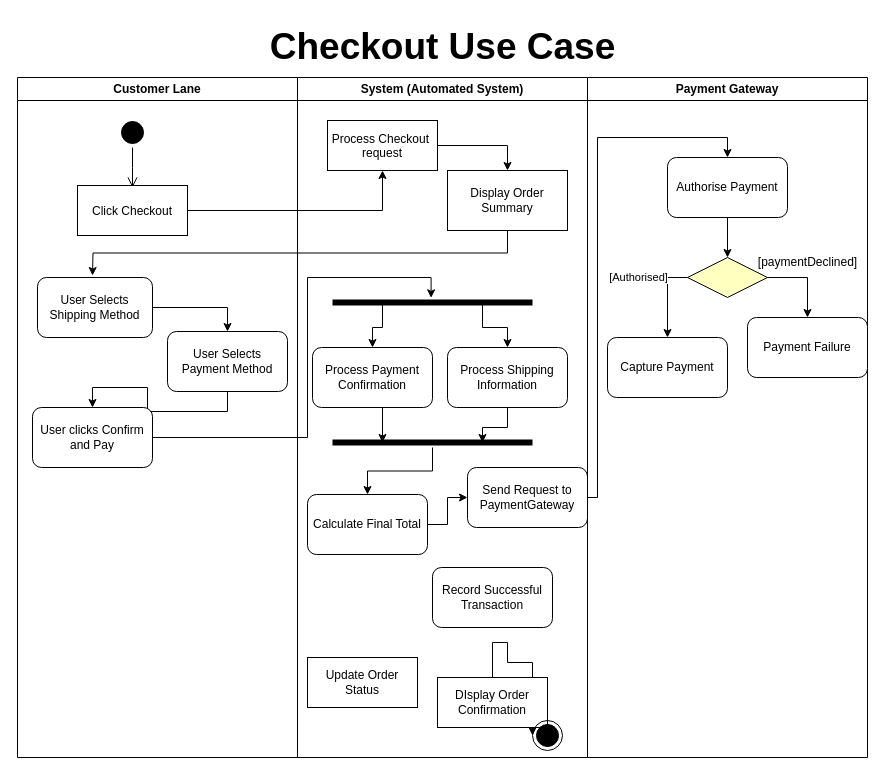
This is ebay-1.drawio from AhmedElamari/Software-design-saved, a draw.io file, before an edit. Source tidied: cells renumbered, new cells numbered last; positions are measured from the earlier drawing's top-left corner, leaving out a move shared by most shapes. Both pictures are drawn from the tidied source at 100%, with x=0, y=0 at pixel (17, 17).
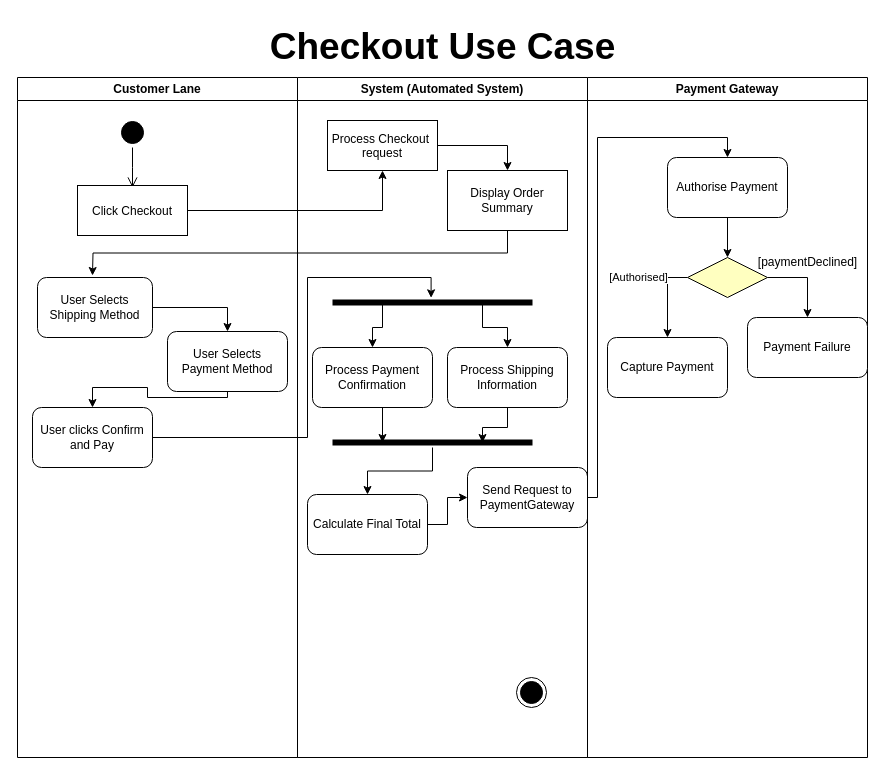
The same page after the edit.

The change refers to these unchanged cells:
```xml
<mxCell id="2" value="Customer Lane" style="swimlane;whiteSpace=wrap;" parent="1" vertex="1">
  <mxGeometry y="60" width="280" height="680" as="geometry" />
</mxCell>
<mxCell id="9" value="User Selects Payment Method" style="rounded=1;whiteSpace=wrap;html=1;" parent="2" vertex="1">
  <mxGeometry x="150" y="254" width="120" height="60" as="geometry" />
</mxCell>
<mxCell id="10" value="User clicks Confirm and Pay" style="rounded=1;whiteSpace=wrap;html=1;" parent="2" vertex="1">
  <mxGeometry x="15" y="330" width="120" height="60" as="geometry" />
</mxCell>
<mxCell id="11" value="System (Automated System)" style="swimlane;whiteSpace=wrap;html=1;" parent="1" vertex="1">
  <mxGeometry x="280" y="60" width="290" height="680" as="geometry" />
</mxCell>
```

Change to the diagram source:
```diff
@@
     <mxCell id="8" style="edgeStyle=orthogonalEdgeStyle;rounded=0;jettySize=auto;html=1;exitX=0.5;exitY=1;exitDx=0;exitDy=0;entryX=0.5;entryY=0;entryDx=0;entryDy=0;" parent="2" edge="1" source="9" target="10">
-      <mxGeometry relative="1" as="geometry" />
+      <mxGeometry relative="1" as="geometry">
+        <Array as="points">
+          <mxPoint x="210" y="320" />
+          <mxPoint x="130" y="320" />
+          <mxPoint x="130" y="310" />
+          <mxPoint x="75" y="310" />
+        </Array>
+      </mxGeometry>
     </mxCell>
@@
-    <mxCell id="15" value="Update Order Status" style="html=1;whiteSpace=wrap;" parent="11" vertex="1">
-      <mxGeometry x="10" y="580" width="110" height="50" as="geometry" />
-    </mxCell>
-    <mxCell id="16" style="edgeStyle=orthogonalEdgeStyle;rounded=0;jettySize=auto;html=1;exitX=0.5;exitY=1;exitDx=0;exitDy=0;entryX=0;entryY=0.5;entryDx=0;entryDy=0;" parent="11" edge="1" source="17" target="18">
-      <mxGeometry relative="1" as="geometry">
-        <Array as="points">
-          <mxPoint x="210" y="565" />
-          <mxPoint x="210" y="585" />
-        </Array>
-      </mxGeometry>
-    </mxCell>
-    <mxCell id="17" value="DIsplay Order Confirmation" style="html=1;whiteSpace=wrap;" parent="11" vertex="1">
-      <mxGeometry x="140" y="600" width="110" height="50" as="geometry" />
-    </mxCell>
-    <mxCell id="18" style="ellipse;html=1;shape=endState;fillColor=#000000;strokeColor=#000000;" parent="11" vertex="1">
-      <mxGeometry x="235" y="643" width="30" height="30" as="geometry" />
-    </mxCell>
-    <mxCell id="19" value="Record Successful Transaction" style="rounded=1;whiteSpace=wrap;html=1;" parent="11" vertex="1">
-      <mxGeometry x="135" y="490" width="120" height="60" as="geometry" />
-    </mxCell>
@@
+    <mxCell id="47" style="ellipse;html=1;shape=endState;fillColor=#000000;strokeColor=light-dark(#000000, #ff9090);" parent="11" vertex="1">
+      <mxGeometry x="219" y="600" width="30" height="30" as="geometry" />
+    </mxCell>
```
